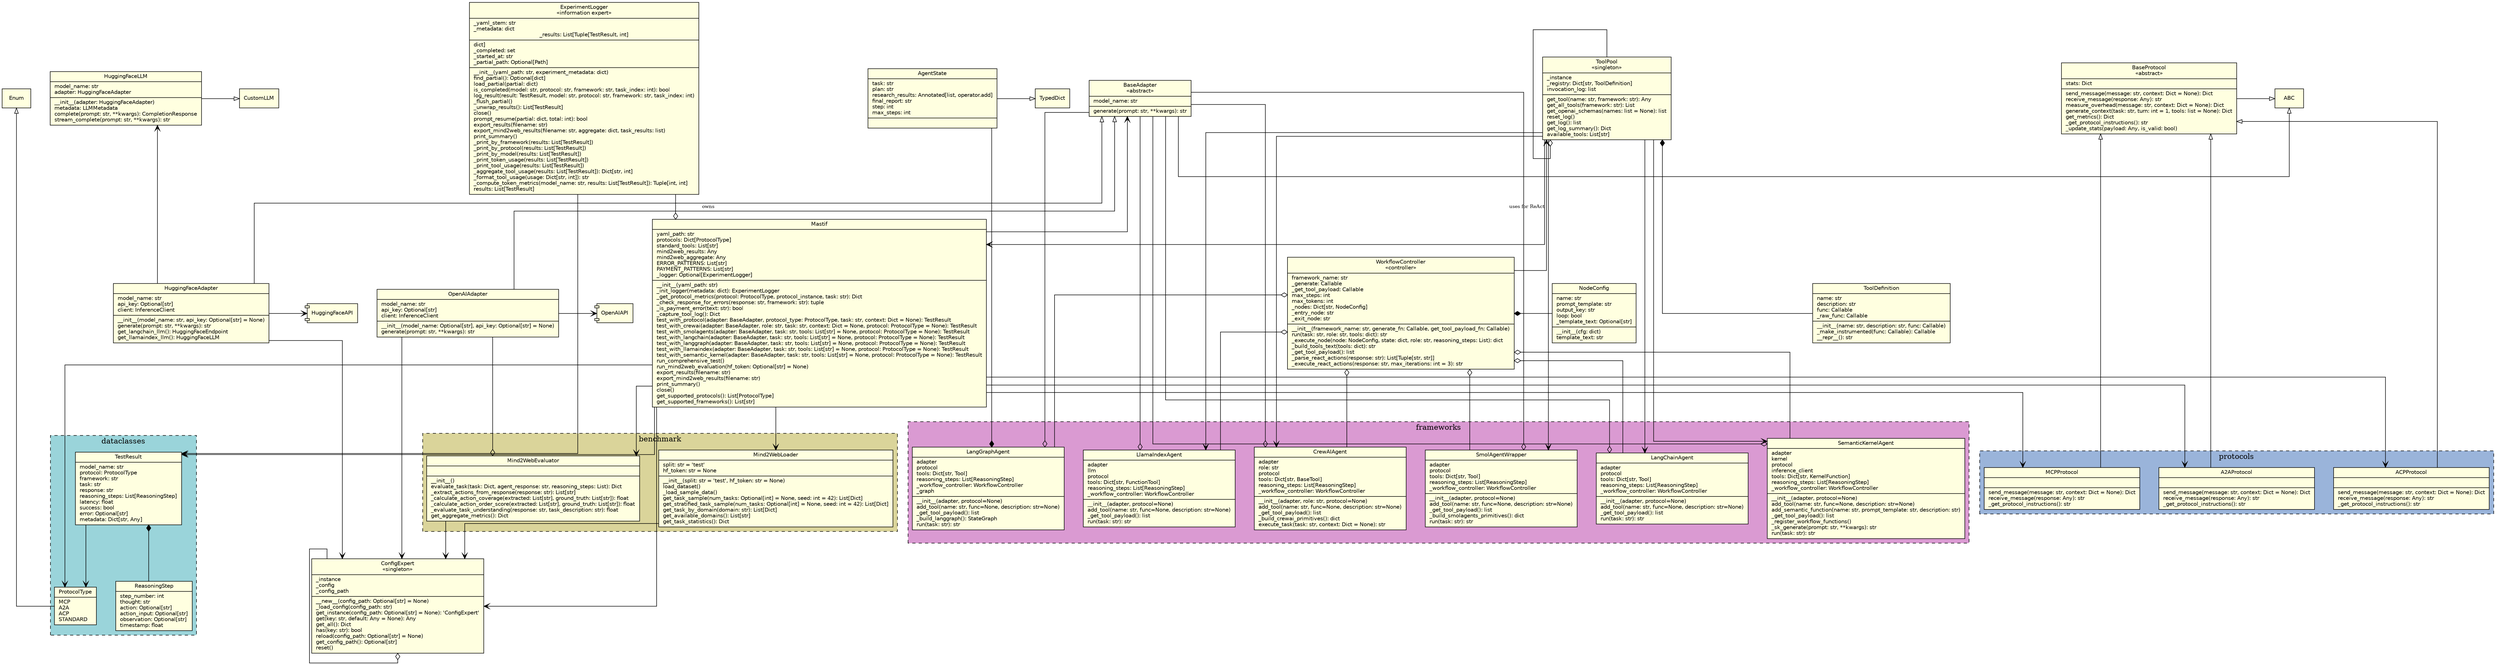
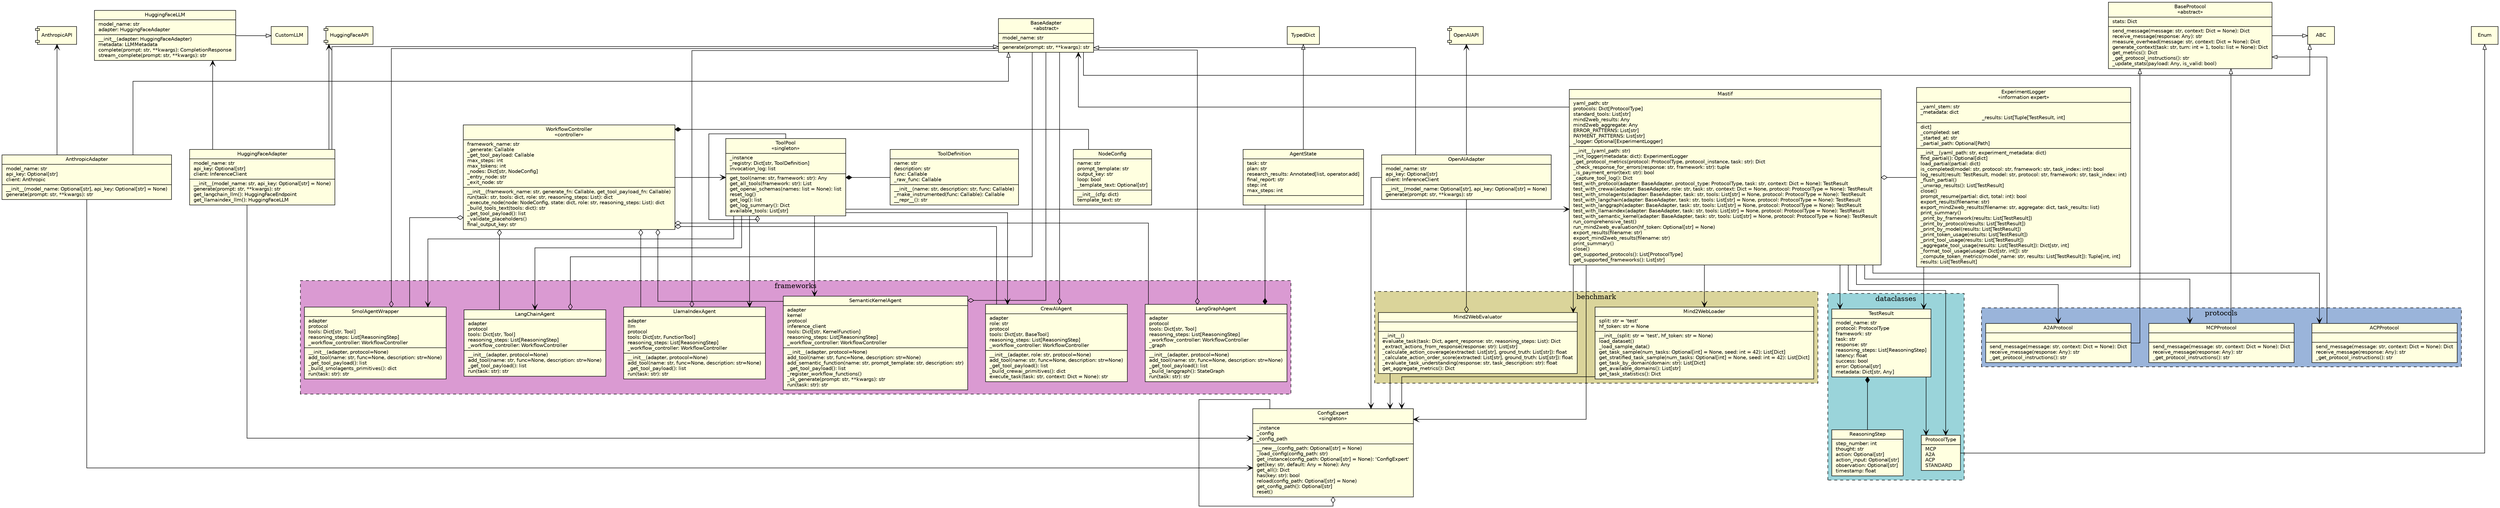
digraph UML {
graph [splines=ortho, nodesep=0.5];
rankdir=TB;
node [shape=record, fontname="Helvetica", fontsize=10, style="filled", fillcolor=lightyellow];
edge [concentrate=true]

// Ascending/base components at the top
{
rank=min;
Enum;
ABC;
+ BaseAdapter;
TypedDict;
CustomLLM;
BaseProtocol;
HuggingFaceLLM;
- AgentState;
- BaseAdapter;
- ToolPool;
- ExperimentLogger;
+ OpenAIAPI [shape=component]
+ HuggingFaceAPI [shape=component]
+ AnthropicAPI [shape=component]
}

{
rank=same;
+ ExperimentLogger;
Mastif;
HuggingFaceAdapter;
OpenAIAdapter;
- OpenAIAPI [shape=component]
- HuggingFaceAPI [shape=component]
- }
- 
- // Add workflow components
- {
- rank=same;
+ AnthropicAdapter;
+ ToolPool;
+ AgentState;
WorkflowController;
NodeConfig;
+ ToolDefinition
}

WorkflowController [label="{
WorkflowController\n
«controller»|
framework_name: str\l
_generate: Callable\l
_get_tool_payload: Callable\l
max_steps: int\l
max_tokens: int\l
_nodes: Dict[str, NodeConfig]\l
_entry_node: str\l
_exit_node: str\l
|
__init__(framework_name: str, generate_fn: Callable, get_tool_payload_fn: Callable)\l
- run(task: str, role: str, tools: dict): str\l
+ run(task: str, tools: dict, role: str, reasoning_steps: List): dict\l
_execute_node(node: NodeConfig, state: dict, role: str, reasoning_steps: List): dict\l
_build_tools_text(tools: dict): str\l
_get_tool_payload(): list\l
- _parse_react_actions(response: str): List[Tuple[str, str]]\l
- _execute_react_actions(response: str, max_iterations: int = 3): str\l
+ _validate_placeholders()\l
+ final_output_key: str\l
}"];

NodeConfig [label="{
NodeConfig|
name: str\l
prompt_template: str\l
output_key: str\l
loop: bool\l
_template_text: Optional[str]\l
|
__init__(cfg: dict)\l
template_text: str\l
}"];

WorkflowController -> NodeConfig [arrowhead=none, arrowtail=diamond, dir=back, fontsize=9];
WorkflowController -> ToolPool [arrowhead=open, fontsize=9, label="uses for ReAct"];

// Frameworks use WorkflowController
WorkflowController -> CrewAIAgent [arrowhead=none, arrowtail=odiamond, dir=back, fontsize=9];
WorkflowController -> SmolAgentWrapper [arrowhead=none, arrowtail=odiamond, dir=back, fontsize=9];
WorkflowController -> LangChainAgent [arrowhead=none, arrowtail=odiamond, dir=back, fontsize=9];
WorkflowController -> LangGraphAgent [arrowhead=none, arrowtail=odiamond, dir=back, fontsize=9];
WorkflowController -> LlamaIndexAgent [arrowhead=none, arrowtail=odiamond, dir=back, fontsize=9];
WorkflowController -> SemanticKernelAgent [arrowhead=none, arrowtail=odiamond, dir=back, fontsize=9];

Mind2WebEvaluator -> OpenAIAdapter [arrowhead=none, arrowtail=odiamond, dir=back, fontsize=9];
Mind2WebEvaluator -> ConfigExpert [arrowhead=open, fontsize=9];
OpenAIAdapter -> OpenAIAPI  [arrowhead=open, fontsize=9];
HuggingFaceAdapter -> HuggingFaceAPI [arrowhead=open, fontsize=9];
+ AnthropicAdapter -> AnthropicAPI [arrowhead=open, fontsize=9];

Mind2WebLoader -> ConfigExpert [arrowhead=open, fontsize=9];

HuggingFaceAdapter -> ConfigExpert [arrowhead=open, fontsize=9];
OpenAIAdapter -> ConfigExpert [arrowhead=open, fontsize=9];
+ AnthropicAdapter -> ConfigExpert [arrowhead=open, fontsize=9];

// ProtocolType is an Enum
subgraph cluster_dataclasses {
label="dataclasses";
bgcolor="#9ad4daff"
style=dashed;
color=black;
ProtocolType [label="{ProtocolType|
MCP\l
A2A\l
ACP\l
STANDARD\l}"];
ProtocolType -> Enum [arrowhead=empty, fontsize=9];

// ReasoningStep and TestResult
ReasoningStep [label="{
ReasoningStep|
step_number: int\l
thought: str\l
action: Optional[str]\l
action_input: Optional[str]\l
observation: Optional[str]\l
timestamp: float\l
}"];

TestResult [label="{
TestResult|
model_name: str\l
protocol: ProtocolType\l
framework: str\l
task: str\l
response: str\l
reasoning_steps: List[ReasoningStep]\l
latency: float\l
success: bool\l
error: Optional[str]\l
metadata: Dict[str, Any]\l
}"];
}

TestResult -> ProtocolType [arrowhead=open, fontsize=9];

TestResult -> ReasoningStep [arrowhead=none, arrowtail=diamond, dir=back, fontsize=9];

// BaseProtocol and its implementations
subgraph cluster_protocols {
label="protocols";
bgcolor="#9ab4daff"
style=dashed;
color=black;

BaseProtocol [label="{
BaseProtocol\n
«abstract»|
stats: Dict\l
|
send_message(message: str, context: Dict = None): Dict\l
receive_message(response: Any): str\l
measure_overhead(message: str, context: Dict = None): Dict\l
generate_context(task: str, turn: int = 1, tools: list = None): Dict\l
get_metrics(): Dict\l
_get_protocol_instructions(): str\l
_update_stats(payload: Any, is_valid: bool)\l
}"];

BaseProtocol -> ABC [arrowhead=empty, fontsize=9];

MCPProtocol [label="{MCPProtocol||send_message(message: str, context: Dict = None): Dict\lreceive_message(response: Any): str\l_get_protocol_instructions(): str\l}"];
A2AProtocol [label="{A2AProtocol||send_message(message: str, context: Dict = None): Dict\lreceive_message(response: Any): str\l_get_protocol_instructions(): str\l}"];
ACPProtocol [label="{ACPProtocol||send_message(message: str, context: Dict = None): Dict\lreceive_message(response: Any): str\l_get_protocol_instructions(): str\l}"];

MCPProtocol -> BaseProtocol [arrowhead=empty, fontsize=9];

A2AProtocol -> BaseProtocol [arrowhead=empty, fontsize=9];

ACPProtocol -> BaseProtocol [arrowhead=empty, fontsize=9];
}

// HuggingFaceLLM and its adapter
BaseAdapter [label="{
BaseAdapter\n
«abstract»|
model_name: str\l
|
generate(prompt: str, **kwargs): str\l
}"];
BaseAdapter -> ABC [arrowhead=empty, fontsize=9];

HuggingFaceAdapter -> BaseAdapter [arrowhead=empty, fontsize=9];
OpenAIAdapter -> BaseAdapter [arrowhead=empty, fontsize=9];
+ AnthropicAdapter -> BaseAdapter [arrowhead=empty, fontsize=9];

HuggingFaceAdapter [label="{
HuggingFaceAdapter|
model_name: str\l
api_key: Optional[str]\l
client: InferenceClient\l
|
__init__(model_name: str, api_key: Optional[str] = None)\l
generate(prompt: str, **kwargs): str\l
get_langchain_llm(): HuggingFaceEndpoint\l
get_llamaindex_llm(): HuggingFaceLLM\l
}"];

HuggingFaceLLM [label="{
HuggingFaceLLM|
model_name: str\l
adapter: HuggingFaceAdapter\l
|
__init__(adapter: HuggingFaceAdapter)\l
metadata: LLMMetadata\l
complete(prompt: str, **kwargs): CompletionResponse\l
stream_complete(prompt: str, **kwargs): str\l
}"];

HuggingFaceLLM -> CustomLLM [arrowhead=empty, fontsize=9];

HuggingFaceAdapter -> HuggingFaceLLM [arrowhead=open, fontsize=9];

// OpenAIAdapter adapter
OpenAIAdapter [label="{
OpenAIAdapter|
model_name: str\l
api_key: Optional[str]\l
client: InferenceClient\l
+ |
+ __init__(model_name: Optional[str], api_key: Optional[str] = None)\l
+ generate(prompt: str, **kwargs): str\l
+ }"];
+ 
+ // AnthropicAdapter adapter
+ AnthropicAdapter [label="{
+ AnthropicAdapter|
+ model_name: str\l
+ api_key: Optional[str]\l
+ client: Anthropic\l
|
__init__(model_name: Optional[str], api_key: Optional[str] = None)\l
generate(prompt: str, **kwargs): str\l
}"];

// AgentState
AgentState [label="{AgentState|task: str\lplan: str\lresearch_results: Annotated[list, operator.add]\lfinal_report: str\lstep: int\lmax_steps: int\l|}"];

AgentState -> TypedDict [arrowhead=empty, fontsize=9];

// Frameworks cluster
subgraph cluster_frameworks {
label="frameworks";
bgcolor="#da9ad2ff"
style=dashed;
color=black;

CrewAIAgent [label="{CrewAIAgent|
adapter\l
role: str\l
protocol\l
tools: Dict[str, BaseTool]\l
reasoning_steps: List[ReasoningStep]\l
_workflow_controller: WorkflowController\l
|
__init__(adapter, role: str, protocol=None)\l
add_tool(name: str, func=None, description: str=None)\l
_get_tool_payload(): list\l
_build_crewai_primitives(): dict\l
execute_task(task: str, context: Dict = None): str\l
}"];

SmolAgentWrapper [label="{SmolAgentWrapper|
adapter\l
protocol\l
tools: Dict[str, Tool]\l
reasoning_steps: List[ReasoningStep]\l
_workflow_controller: WorkflowController\l
|
__init__(adapter, protocol=None)\l
add_tool(name: str, func=None, description: str=None)\l
_get_tool_payload(): list\l
_build_smolagents_primitives(): dict\l
run(task: str): str\l
}"];

LangChainAgent [label="{LangChainAgent|
adapter\l
protocol\l
tools: Dict[str, Tool]\l
reasoning_steps: List[ReasoningStep]\l
_workflow_controller: WorkflowController\l
|
__init__(adapter, protocol=None)\l
add_tool(name: str, func=None, description: str=None)\l
_get_tool_payload(): list\l
run(task: str): str\l
}"];

LangGraphAgent [label="{LangGraphAgent|
adapter\l
protocol\l
tools: Dict[str, Tool]\l
reasoning_steps: List[ReasoningStep]\l
_workflow_controller: WorkflowController\l
_graph\l
|
__init__(adapter, protocol=None)\l
add_tool(name: str, func=None, description: str=None)\l
_get_tool_payload(): list\l
_build_langgraph(): StateGraph\l
run(task: str): str\l
}"];

LlamaIndexAgent [label="{LlamaIndexAgent|
adapter\l
llm\l
protocol\l
tools: Dict[str, FunctionTool]\l
reasoning_steps: List[ReasoningStep]\l
_workflow_controller: WorkflowController\l
|
__init__(adapter, protocol=None)\l
add_tool(name: str, func=None, description: str=None)\l
_get_tool_payload(): list\l
run(task: str): str\l
}"];

SemanticKernelAgent [label="{SemanticKernelAgent|
adapter\l
kernel\l
protocol\l
inference_client\l
tools: Dict[str, KernelFunction]\l
reasoning_steps: List[ReasoningStep]\l
_workflow_controller: WorkflowController\l
|
__init__(adapter, protocol=None)\l
add_tool(name: str, func=None, description: str=None)\l
add_semantic_function(name: str, prompt_template: str, description: str)\l
_get_tool_payload(): list\l
_register_workflow_functions()\l
_sk_generate(prompt: str, **kwargs): str\l
run(task: str): str\l
}"];
}

// Benchmark
subgraph cluster_benchmark {
label="benchmark";
bgcolor="#dad49aff"
style=dashed;
color=black;

Mind2WebLoader [label="{
Mind2WebLoader|
split: str = 'test'\l
hf_token: str = None\l
|
__init__(split: str = 'test', hf_token: str = None)\l
load_dataset()\l
_load_sample_data()\l
get_task_sample(num_tasks: Optional[int] = None, seed: int = 42): List[Dict]\l
get_stratified_task_sample(num_tasks: Optional[int] = None, seed: int = 42): List[Dict]\l
get_task_by_domain(domain: str): List[Dict]\l
get_available_domains(): List[str]\l
get_task_statistics(): Dict\l
}"];

Mind2WebEvaluator [label="{
Mind2WebEvaluator|

|
__init__()\l
evaluate_task(task: Dict, agent_response: str, reasoning_steps: List): Dict\l
_extract_actions_from_response(response: str): List[str]\l
_calculate_action_coverage(extracted: List[str], ground_truth: List[str]): float\l
_calculate_action_order_score(extracted: List[str], ground_truth: List[str]): float\l
_evaluate_task_understanding(response: str, task_description: str): float\l
get_aggregate_metrics(): Dict\l
}"];
}

// Tester
Mastif [label="{Mastif|
yaml_path: str\l
protocols: Dict[ProtocolType]\l
standard_tools: List[str]\l
mind2web_results: Any\l
mind2web_aggregate: Any\l
ERROR_PATTERNS: List[str]\l
PAYMENT_PATTERNS: List[str]\l
_logger: Optional[ExperimentLogger]\l
|
__init__(yaml_path: str)\l
_init_logger(metadata: dict): ExperimentLogger\l
_get_protocol_metrics(protocol: ProtocolType, protocol_instance, task: str): Dict\l
_check_response_for_errors(response: str, framework: str): tuple\l
_is_payment_error(text: str): bool\l
_capture_tool_log(): Dict\l
test_with_protocol(adapter: BaseAdapter, protocol_type: ProtocolType, task: str, context: Dict = None): TestResult\l
test_with_crewai(adapter: BaseAdapter, role: str, task: str, context: Dict = None, protocol: ProtocolType = None): TestResult\l
test_with_smolagents(adapter: BaseAdapter, task: str, tools: List[str] = None, protocol: ProtocolType = None): TestResult\l
test_with_langchain(adapter: BaseAdapter, task: str, tools: List[str] = None, protocol: ProtocolType = None): TestResult\l
test_with_langgraph(adapter: BaseAdapter, task: str, tools: List[str] = None, protocol: ProtocolType = None): TestResult\l
test_with_llamaindex(adapter: BaseAdapter, task: str, tools: List[str] = None, protocol: ProtocolType = None): TestResult\l
test_with_semantic_kernel(adapter: BaseAdapter, task: str, tools: List[str] = None, protocol: ProtocolType = None): TestResult\l
run_comprehensive_test()\l
run_mind2web_evaluation(hf_token: Optional[str] = None)\l
export_results(filename: str)\l
export_mind2web_results(filename: str)\l
print_summary()\l
close()\l
get_supported_protocols(): List[ProtocolType]\l
get_supported_frameworks(): List[str]\l
}"];

// Relationships for Mastif
Mastif -> TestResult [arrowhead=open, fontsize=9];
Mastif -> ProtocolType [arrowhead=open, fontsize=9];
Mastif -> MCPProtocol [arrowhead=open, fontsize=9];
Mastif -> A2AProtocol [arrowhead=open, fontsize=9];
Mastif -> ACPProtocol [arrowhead=open, fontsize=9];
Mastif -> BaseAdapter [arrowhead=open, fontsize=9];
Mastif -> ConfigExpert [arrowhead=open, fontsize=9];

// Frameworks are used via BaseAdapter, not directly:
BaseAdapter -> CrewAIAgent [arrowhead=odiamond, fontsize=9];
BaseAdapter -> SmolAgentWrapper [arrowhead=odiamond, fontsize=9];
BaseAdapter -> LangChainAgent [arrowhead=odiamond, fontsize=9];
BaseAdapter -> LangGraphAgent [arrowhead=odiamond, fontsize=9];
BaseAdapter -> LlamaIndexAgent [arrowhead=odiamond, fontsize=9];
BaseAdapter -> SemanticKernelAgent [arrowhead=odiamond, fontsize=9];

// Mind2Web
Mastif -> Mind2WebLoader [arrowhead=open, fontsize=9];
Mastif -> Mind2WebEvaluator [arrowhead=open, fontsize=9];

// Composition: LangGraphAgent contains AgentState
LangGraphAgent -> AgentState [arrowhead=none, arrowtail=diamond, dir=back, fontsize=9, minlen=1] ;

ConfigExpert [label="{
ConfigExpert\n
«singleton»|
_instance\l
_config\l
_config_path\l
|
__new__(config_path: Optional[str] = None)\l
_load_config(config_path: str)\l
get_instance(config_path: Optional[str] = None): 'ConfigExpert'\l
get(key: str, default: Any = None): Any\l
get_all(): Dict\l
has(key: str): bool\l
reload(config_path: Optional[str] = None)\l
get_config_path(): Optional[str]\l
reset()\l
}"];

ConfigExpert -> ConfigExpert [arrowhead=odiamond, fontsize=9];

// ToolDefinition and ToolPool
ToolDefinition [label="{
ToolDefinition|
name: str\l
description: str\l
func: Callable\l
_raw_func: Callable\l
|
__init__(name: str, description: str, func: Callable)\l
_make_instrumented(func: Callable): Callable\l
__repr__(): str\l
}"];

ToolPool [label="{
ToolPool\n
«singleton»|
_instance\l
_registry: Dict[str, ToolDefinition]\l
invocation_log: list\l
|
get_tool(name: str, framework: str): Any\l
get_all_tools(framework: str): List\l
get_openai_schemas(names: list = None): list\l
reset_log()\l
get_log(): list\l
get_log_summary(): Dict\l
available_tools: List[str]\l
}"];

ToolPool -> ToolDefinition [arrowhead=none, arrowtail=diamond, dir=back, fontsize=9];
ToolPool -> ToolPool [arrowhead=odiamond, fontsize=9];

ToolPool -> CrewAIAgent [arrowhead=open, fontsize=9];
ToolPool -> SmolAgentWrapper [arrowhead=open, fontsize=9];
ToolPool -> LangChainAgent [arrowhead=open, fontsize=9];
ToolPool -> LlamaIndexAgent [arrowhead=open, fontsize=9];
ToolPool -> SemanticKernelAgent [arrowhead=open, fontsize=9];
ToolPool -> Mastif [arrowhead=open, fontsize=9];

// ExperimentLogger
ExperimentLogger [label="{
ExperimentLogger\n
«information expert»|
_yaml_stem: str\l
_metadata: dict\l
_results: List[Tuple[TestResult, int] | dict]\l
_completed: set\l
_started_at: str\l
_partial_path: Optional[Path]\l
|
__init__(yaml_path: str, experiment_metadata: dict)\l
find_partial(): Optional[dict]\l
load_partial(partial: dict)\l
is_completed(model: str, protocol: str, framework: str, task_index: int): bool\l
log_result(result: TestResult, model: str, protocol: str, framework: str, task_index: int)\l
_flush_partial()\l
_unwrap_results(): List[TestResult]\l
close()\l
prompt_resume(partial: dict, total: int): bool\l
export_results(filename: str)\l
export_mind2web_results(filename: str, aggregate: dict, task_results: list)\l
print_summary()\l
_print_by_framework(results: List[TestResult])\l
_print_by_protocol(results: List[TestResult])\l
_print_by_model(results: List[TestResult])\l
_print_token_usage(results: List[TestResult])\l
_print_tool_usage(results: List[TestResult])\l
_aggregate_tool_usage(results: List[TestResult]): Dict[str, int]\l
_format_tool_usage(usage: Dict[str, int]): str\l
_compute_token_metrics(model_name: str, results: List[TestResult]): Tuple[int, int]\l
results: List[TestResult]\l
}"];

Mastif -> ExperimentLogger [arrowhead=none, arrowtail=odiamond, dir=back, fontsize=9, label="owns"];
ExperimentLogger -> TestResult [arrowhead=open, fontsize=9];

}
